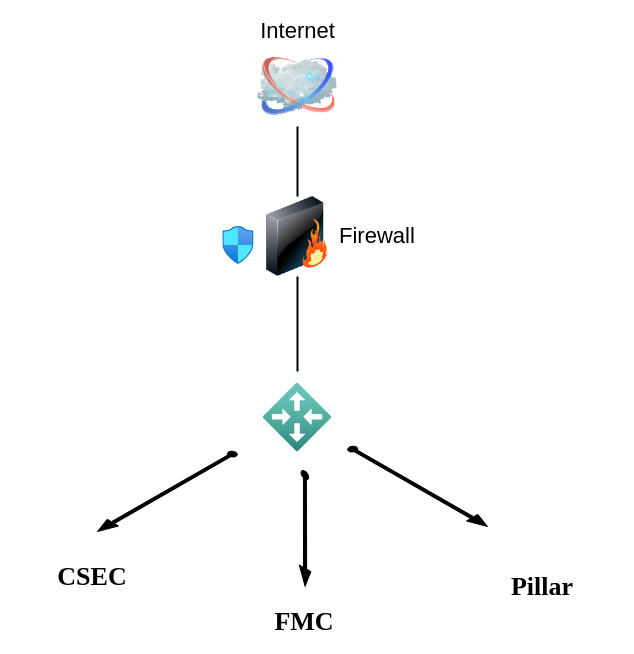
Before: page "Page-1" (1 of 2) of VPNS.drawio.xml in michaelrmartins/influx-diagram, a draw.io diagram. Source tidied: cells renumbered, new cells numbered last; positions are measured from the earlier drawing's top-left corner, leaving out a move shared by most shapes. Both pictures are drawn from the tidied source at 100%, with x=0, y=0 at pixel (17, 46).
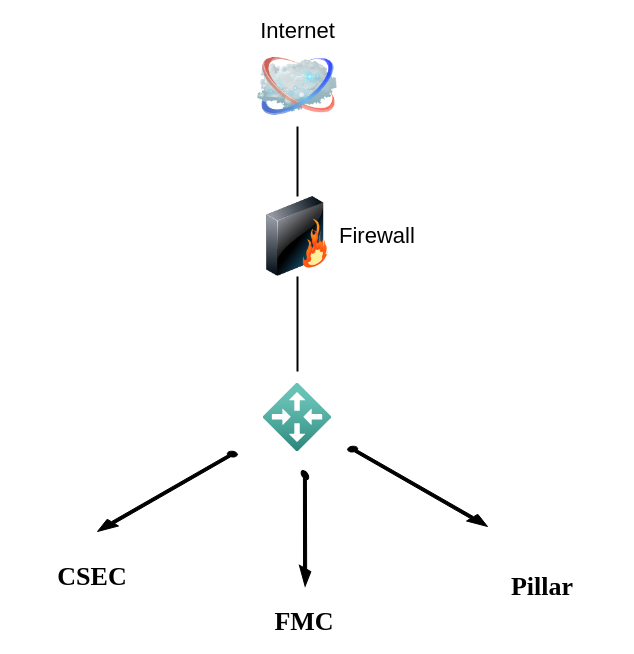
After the change.

Change to the diagram source:
```diff
@@
 <mxGraphModel>
   <root>
     <mxCell id="0" />
     <mxCell id="1" parent="0" />
     <mxCell id="2" style="edgeStyle=none;rounded=0;html=1;labelBackgroundColor=none;endArrow=none;strokeWidth=2;fontFamily=Verdana;fontSize=22;" parent="1" edge="1" target="5">
       <mxGeometry relative="1" as="geometry">
         <mxPoint x="280" y="325" as="sourcePoint" />
       </mxGeometry>
     </mxCell>
     <mxCell id="3" value="Internet" style="image;html=1;labelBackgroundColor=#ffffff;image=img/lib/clip_art/networking/Cloud_128x128.png;rounded=1;shadow=0;comic=0;strokeWidth=2;fontSize=22;labelPosition=center;verticalLabelPosition=top;align=center;verticalAlign=bottom;" parent="1" vertex="1">
       <mxGeometry x="240" width="80" height="80" as="geometry" />
     </mxCell>
     <mxCell id="4" style="edgeStyle=none;rounded=0;html=1;labelBackgroundColor=none;endArrow=none;strokeWidth=2;fontFamily=Verdana;fontSize=22;" parent="1" edge="1" source="5" target="3">
       <mxGeometry relative="1" as="geometry" />
     </mxCell>
     <mxCell id="5" value="Firewall" style="image;html=1;labelBackgroundColor=#ffffff;image=img/lib/clip_art/networking/Firewall_128x128.png;rounded=1;shadow=0;comic=0;strokeWidth=2;fontSize=22;labelPosition=right;verticalLabelPosition=middle;align=left;verticalAlign=middle;" parent="1" vertex="1">
       <mxGeometry x="240" y="150" width="80" height="80" as="geometry" />
     </mxCell>
     <mxCell id="6" style="verticalLabelPosition=bottom;html=1;verticalAlign=top;strokeWidth=1;align=center;dashed=0;shape=mxgraph.aws3d.arrowSW;fillColor=#000000;" parent="1" vertex="1">
       <mxGeometry x="80" y="405" width="140" height="80" as="geometry" />
     </mxCell>
     <mxCell id="7" style="verticalLabelPosition=bottom;html=1;verticalAlign=top;strokeWidth=1;align=center;dashed=0;shape=mxgraph.aws3d.arrowSE;fillColor=#000000;" parent="1" vertex="1">
       <mxGeometry x="330" y="400" width="140" height="80" as="geometry" />
     </mxCell>
     <mxCell id="8" value="CSEC" style="text;html=1;strokeColor=none;fillColor=none;align=center;verticalAlign=middle;whiteSpace=wrap;rounded=0;fontStyle=1;fontFamily=Times New Roman;fontSize=26;" parent="1" vertex="1">
       <mxGeometry y="490" width="150" height="80" as="geometry" />
     </mxCell>
     <mxCell id="9" value="Pillar" style="text;html=1;strokeColor=none;fillColor=none;align=center;verticalAlign=middle;whiteSpace=wrap;rounded=0;fontStyle=1;fontFamily=Times New Roman;fontSize=26;" parent="1" vertex="1">
       <mxGeometry x="450" y="500" width="150" height="80" as="geometry" />
     </mxCell>
     <mxCell id="10" style="verticalLabelPosition=bottom;html=1;verticalAlign=top;strokeWidth=1;align=center;dashed=0;shape=mxgraph.aws3d.arrowSE;fillColor=#000000;fontFamily=Times New Roman;fontSize=26;rotation=60;" parent="1" vertex="1">
       <mxGeometry x="236.6" y="452.2" width="101.5" height="58" as="geometry" />
     </mxCell>
     <mxCell id="11" value="FMC" style="text;html=1;strokeColor=none;fillColor=none;align=center;verticalAlign=middle;whiteSpace=wrap;rounded=0;fontFamily=Times New Roman;fontSize=26;fontStyle=1;" parent="1" vertex="1">
       <mxGeometry x="257.3" y="560" width="60" height="30" as="geometry" />
     </mxCell>
-    <mxCell id="12" style="html=1;align=center;image;fontSize=12;image=img/lib/azure2/networking/Network_Security_Groups.svg;" parent="1" vertex="1">
-      <mxGeometry x="205.3" y="180" width="31.3" height="38" as="geometry" />
-    </mxCell>
     <mxCell id="13" style="html=1;align=center;image;fontSize=12;image=img/lib/azure2/networking/Local_Network_Gateways.svg;" parent="1" vertex="1">
       <mxGeometry x="246" y="337" width="68" height="68" as="geometry" />
     </mxCell>
   </root>
 </mxGraphModel>
```
